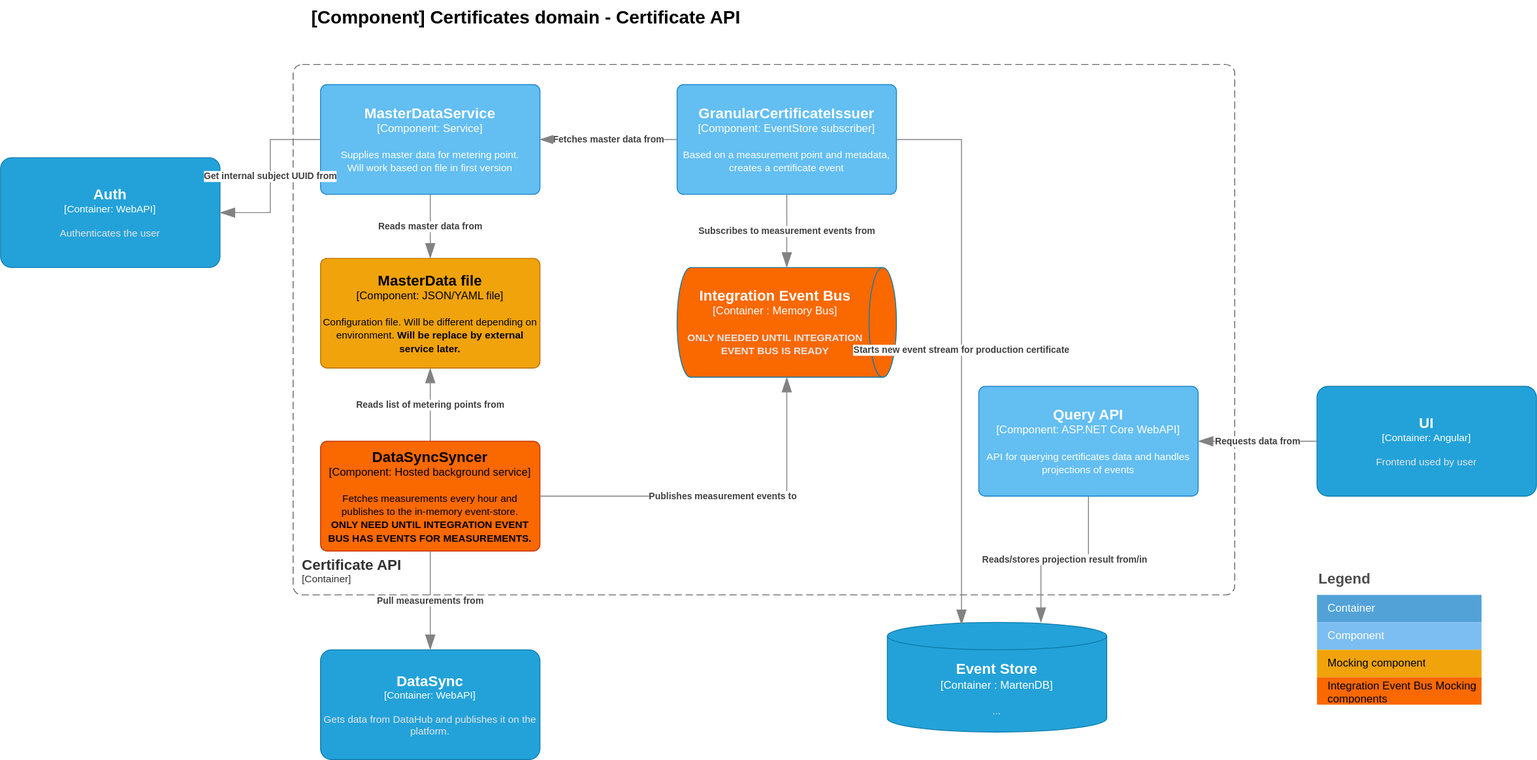
The draw.io diagram doc/architecture/diagrams/certificates.current.component.certificate.api.drawio.svg in Energinet-DataHub/energy-origin, before a commit. Source tidied: cells renumbered, new cells last; positions are measured from the earlier drawing's top-left corner, leaving out a move shared by most shapes.
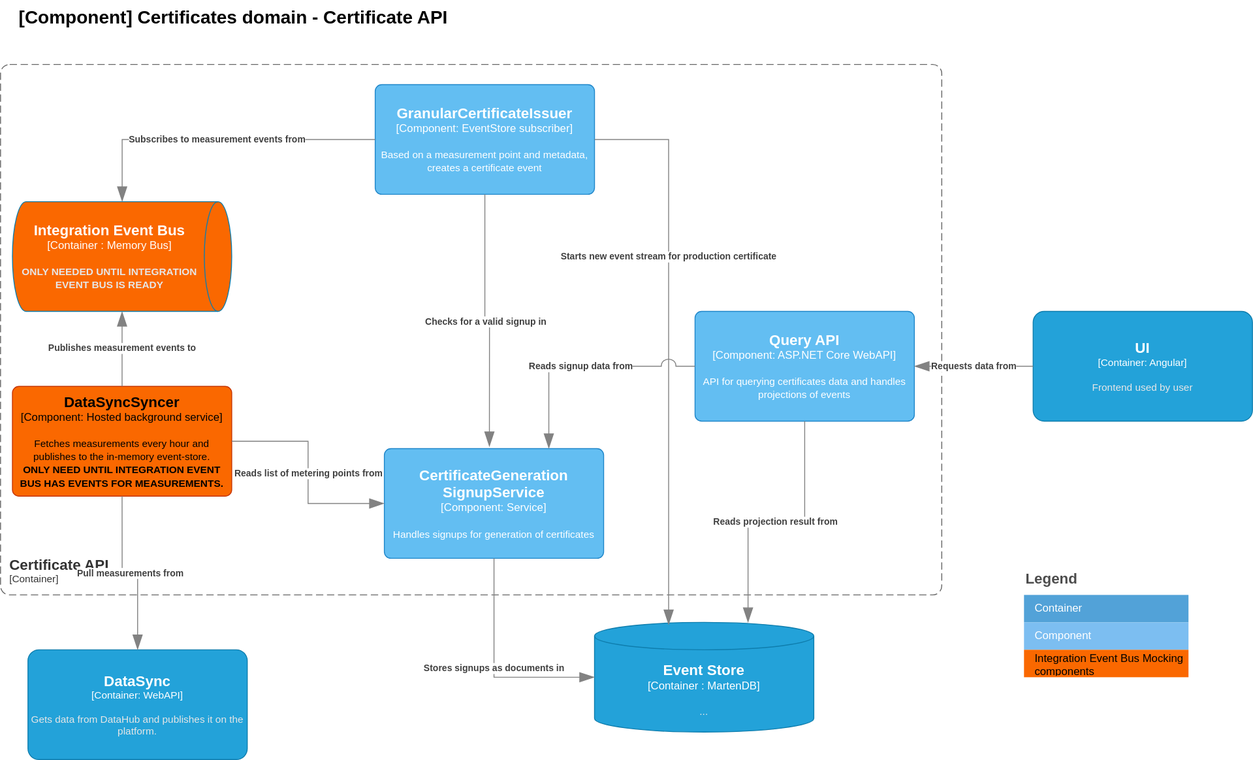
Later version of the same file.

The edit, as a diff of the source:
```diff
@@ -9,12 +9,12 @@
     </object>
     <object id="3" label="&lt;font style=&quot;font-size: 16px&quot;&gt;&lt;b&gt;%c4Name%&lt;/b&gt;&lt;/font&gt;&lt;div&gt;[%c4Type%: %c4Technology%]&lt;/div&gt;&lt;br&gt;&lt;div&gt;&lt;font style=&quot;font-size: 11px&quot;&gt;%c4Description%&lt;/font&gt;&lt;/div&gt;" c4Description="Fetches measurements every hour and publishes to the in-memory event-store.&#10;&lt;b&gt;ONLY NEED UNTIL INTEGRATION EVENT BUS HAS EVENTS FOR MEASUREMENTS.&lt;/b&gt;" c4Name="DataSyncSyncer" c4Technology="Hosted background service" c4Type="Component" placeholders="1">
       <mxCell style="rounded=1;whiteSpace=wrap;html=1;labelBackgroundColor=none;fillColor=#fa6800;align=center;arcSize=6;strokeColor=#C73500;points=[[0.25,0,0],[0.5,0,0],[0.75,0,0],[1,0.25,0],[1,0.5,0],[1,0.75,0],[0.75,1,0],[0.5,1,0],[0.25,1,0],[0,0.75,0],[0,0.5,0],[0,0.25,0]];fontColor=#000000;" parent="1" vertex="1">
-        <mxGeometry x="350" y="482" width="240" height="120" as="geometry" />
+        <mxGeometry x="333" y="422" width="240" height="120" as="geometry" />
       </mxCell>
     </object>
     <object id="4" label="&lt;font style=&quot;font-size: 16px&quot;&gt;&lt;b&gt;%c4Name%&lt;/b&gt;&lt;/font&gt;&lt;div&gt;[%c4Type%: %c4Technology%]&lt;/div&gt;&lt;br&gt;&lt;div&gt;&lt;font style=&quot;font-size: 11px&quot;&gt;%c4Description%&lt;/font&gt;&lt;/div&gt;" c4Description="Based on a measurement point and metadata, creates a certificate event" c4Name="GranularCertificateIssuer" c4Technology="EventStore subscriber" c4Type="Component" placeholders="1">
       <mxCell style="rounded=1;whiteSpace=wrap;html=1;labelBackgroundColor=none;fillColor=#63BEF2;fontColor=#ffffff;align=center;arcSize=6;strokeColor=#2086C9;points=[[0.25,0,0],[0.5,0,0],[0.75,0,0],[1,0.25,0],[1,0.5,0],[1,0.75,0],[0.75,1,0],[0.5,1,0],[0.25,1,0],[0,0.75,0],[0,0.5,0],[0,0.25,0]];" parent="1" vertex="1">
-        <mxGeometry x="740" y="92" width="240" height="120" as="geometry" />
+        <mxGeometry x="730" y="92" width="240" height="120" as="geometry" />
       </mxCell>
     </object>
     <object id="5" label="&lt;font style=&quot;font-size: 16px&quot;&gt;&lt;b&gt;%c4Type%&lt;/font&gt;&lt;div&gt;[%c4Container%:&amp;nbsp;%c4Technology%]&lt;/div&gt;&lt;br&gt;&lt;div&gt;&lt;font style=&quot;font-size: 11px&quot;&gt;&lt;font color=&quot;#E6E6E6&quot;&gt;%c4Description%&lt;/font&gt;&lt;/div&gt;" c4Container="Container " c4Description="..." c4Technology="MartenDB" c4Type="Event Store" placeholders="1">
@@ -22,47 +22,33 @@
         <mxGeometry x="970" y="680" width="240" height="120" as="geometry" />
       </mxCell>
     </object>
-    <mxCell id="6" style="edgeStyle=none;html=1;" parent="1" edge="1" source="7">
-      <mxGeometry relative="1" as="geometry">
-        <mxPoint x="350" y="152" as="targetPoint" />
-      </mxGeometry>
-    </mxCell>
-    <object id="7" label="&lt;font style=&quot;font-size: 16px&quot;&gt;&lt;b&gt;%c4Name%&lt;/b&gt;&lt;/font&gt;&lt;div&gt;[%c4Type%: %c4Technology%]&lt;/div&gt;&lt;br&gt;&lt;div&gt;&lt;font style=&quot;font-size: 11px&quot;&gt;%c4Description%&lt;/font&gt;&lt;/div&gt;" c4Description="Supplies master data for metering point.&#10;Will work based on file in first version" c4Name="MasterDataService" c4Technology="Service" c4Type="Component" placeholders="1">
+    <object id="7" label="&lt;font style=&quot;font-size: 16px&quot;&gt;&lt;b&gt;%c4Name%&lt;/b&gt;&lt;/font&gt;&lt;div&gt;[%c4Type%: %c4Technology%]&lt;/div&gt;&lt;br&gt;&lt;div&gt;&lt;font style=&quot;font-size: 11px&quot;&gt;%c4Description%&lt;/font&gt;&lt;/div&gt;" c4Description="Handles signups for generation of certificates" c4Name="CertificateGeneration&#10;SignupService" c4Technology="Service" c4Type="Component" placeholders="1">
       <mxCell style="rounded=1;whiteSpace=wrap;html=1;labelBackgroundColor=none;fillColor=#63BEF2;align=center;arcSize=6;strokeColor=#2086C9;points=[[0.25,0,0],[0.5,0,0],[0.75,0,0],[1,0.25,0],[1,0.5,0],[1,0.75,0],[0.75,1,0],[0.5,1,0],[0.25,1,0],[0,0.75,0],[0,0.5,0],[0,0.25,0]];fontColor=#ffffff;" parent="1" vertex="1">
-        <mxGeometry x="350" y="92" width="240" height="120" as="geometry" />
+        <mxGeometry x="740" y="490" width="240" height="120" as="geometry" />
       </mxCell>
     </object>
-    <object id="8" label="&lt;font style=&quot;font-size: 16px&quot;&gt;&lt;b&gt;%c4Name%&lt;/b&gt;&lt;/font&gt;&lt;div&gt;[%c4Type%: %c4Technology%]&lt;/div&gt;&lt;br&gt;&lt;div&gt;&lt;font style=&quot;font-size: 11px&quot;&gt;%c4Description%&lt;/font&gt;&lt;/div&gt;" c4Description="Configuration file. Will be different depending on environment. &lt;b&gt;Will be replace by external service later.&lt;/b&gt;" c4Name="MasterData file" c4Technology="JSON/YAML file" c4Type="Component" placeholders="1">
-      <mxCell style="rounded=1;whiteSpace=wrap;html=1;labelBackgroundColor=none;fillColor=#f0a30a;align=center;arcSize=6;strokeColor=#BD7000;points=[[0.25,0,0],[0.5,0,0],[0.75,0,0],[1,0.25,0],[1,0.5,0],[1,0.75,0],[0.75,1,0],[0.5,1,0],[0.25,1,0],[0,0.75,0],[0,0.5,0],[0,0.25,0]];fontColor=#000000;" parent="1" vertex="1">
-        <mxGeometry x="350" y="282" width="240" height="120" as="geometry" />
-      </mxCell>
-    </object>
     <object id="9" label="&lt;div style=&quot;text-align: left&quot;&gt;&lt;div style=&quot;text-align: center&quot;&gt;&lt;b&gt;%c4Description%&lt;/b&gt;&lt;/div&gt;" c4Description="Reads list of metering points from" c4Type="Relationship" placeholders="1">
-      <mxCell style="endArrow=blockThin;html=1;fontSize=10;fontColor=#404040;strokeWidth=1;endFill=1;strokeColor=#828282;elbow=vertical;endSize=14;startSize=14;jumpStyle=arc;jumpSize=16;rounded=0;edgeStyle=orthogonalEdgeStyle;exitX=0.5;exitY=0;exitDx=0;exitDy=0;exitPerimeter=0;entryX=0.5;entryY=1;entryDx=0;entryDy=0;entryPerimeter=0;" parent="1" edge="1" source="3" target="8">
+      <mxCell style="endArrow=blockThin;html=1;fontSize=10;fontColor=#404040;strokeWidth=1;endFill=1;strokeColor=#828282;elbow=vertical;endSize=14;startSize=14;jumpStyle=arc;jumpSize=16;rounded=0;edgeStyle=orthogonalEdgeStyle;exitX=1;exitY=0.5;exitDx=0;exitDy=0;exitPerimeter=0;entryX=0;entryY=0.5;entryDx=0;entryDy=0;entryPerimeter=0;" parent="1" edge="1" source="3" target="7">
         <mxGeometry relative="1" as="geometry" />
       </mxCell>
     </object>
-    <object id="10" label="&lt;div style=&quot;text-align: left&quot;&gt;&lt;div style=&quot;text-align: center&quot;&gt;&lt;b&gt;%c4Description%&lt;/b&gt;&lt;/div&gt;" c4Description="Reads master data from" c4Type="Relationship" placeholders="1">
-      <mxCell style="endArrow=blockThin;html=1;fontSize=10;fontColor=#404040;strokeWidth=1;endFill=1;strokeColor=#828282;elbow=vertical;endSize=14;startSize=14;jumpStyle=arc;jumpSize=16;rounded=0;edgeStyle=orthogonalEdgeStyle;exitX=0.5;exitY=1;exitDx=0;exitDy=0;exitPerimeter=0;entryX=0.5;entryY=0;entryDx=0;entryDy=0;entryPerimeter=0;" parent="1" edge="1" source="7" target="8">
-        <mxGeometry relative="1" as="geometry" />
-      </mxCell>
-    </object>
     <object id="11" label="&lt;div style=&quot;text-align: left&quot;&gt;&lt;div style=&quot;text-align: center&quot;&gt;&lt;b&gt;%c4Description%&lt;/b&gt;&lt;/div&gt;" c4Description="Publishes measurement events to" c4Type="Relationship" placeholders="1">
-      <mxCell style="endArrow=blockThin;html=1;fontSize=10;fontColor=#404040;strokeWidth=1;endFill=1;strokeColor=#828282;elbow=vertical;endSize=14;startSize=14;jumpStyle=arc;jumpSize=16;rounded=0;edgeStyle=orthogonalEdgeStyle;exitX=1;exitY=0.5;exitDx=0;exitDy=0;exitPerimeter=0;entryX=1;entryY=0.5;entryDx=0;entryDy=0;entryPerimeter=0;" parent="1" edge="1" source="3" target="27">
+      <mxCell style="endArrow=blockThin;html=1;fontSize=10;fontColor=#404040;strokeWidth=1;endFill=1;strokeColor=#828282;elbow=vertical;endSize=14;startSize=14;jumpStyle=arc;jumpSize=16;rounded=0;edgeStyle=orthogonalEdgeStyle;exitX=0.5;exitY=0;exitDx=0;exitDy=0;exitPerimeter=0;" parent="1" edge="1" source="3" target="27">
         <mxGeometry relative="1" as="geometry">
           <Array as="points">
-            <mxPoint x="860" y="542" />
+            <mxPoint x="470" y="260" />
+            <mxPoint x="481" y="260" />
           </Array>
         </mxGeometry>
       </mxCell>
     </object>
-    <object id="12" label="&lt;div style=&quot;text-align: left&quot;&gt;&lt;div style=&quot;text-align: center&quot;&gt;&lt;b&gt;%c4Description%&lt;/b&gt;&lt;/div&gt;" c4Description="Fetches master data from" c4Type="Relationship" placeholders="1">
-      <mxCell style="endArrow=blockThin;html=1;fontSize=10;fontColor=#404040;strokeWidth=1;endFill=1;strokeColor=#828282;elbow=vertical;endSize=14;startSize=14;jumpStyle=arc;jumpSize=16;rounded=0;edgeStyle=orthogonalEdgeStyle;exitX=0;exitY=0.5;exitDx=0;exitDy=0;exitPerimeter=0;entryX=1;entryY=0.5;entryDx=0;entryDy=0;entryPerimeter=0;" parent="1" edge="1" source="4" target="7">
+    <object id="12" label="&lt;div style=&quot;text-align: left&quot;&gt;&lt;div style=&quot;text-align: center&quot;&gt;&lt;b&gt;%c4Description%&lt;/b&gt;&lt;/div&gt;" c4Description="Checks for a valid signup in" c4Type="Relationship" placeholders="1">
+      <mxCell style="endArrow=blockThin;html=1;fontSize=10;fontColor=#404040;strokeWidth=1;endFill=1;strokeColor=#828282;elbow=vertical;endSize=14;startSize=14;jumpStyle=arc;jumpSize=16;rounded=0;edgeStyle=orthogonalEdgeStyle;exitX=0.5;exitY=1;exitDx=0;exitDy=0;exitPerimeter=0;entryX=0.479;entryY=-0.017;entryDx=0;entryDy=0;entryPerimeter=0;" parent="1" edge="1" source="4" target="7">
         <mxGeometry relative="1" as="geometry" />
       </mxCell>
     </object>
     <object id="13" label="&lt;div style=&quot;text-align: left&quot;&gt;&lt;div style=&quot;text-align: center&quot;&gt;&lt;b&gt;%c4Description%&lt;/b&gt;&lt;/div&gt;" c4Description="Subscribes to measurement events from" c4Type="Relationship" placeholders="1">
-      <mxCell style="endArrow=blockThin;html=1;fontSize=10;fontColor=#404040;strokeWidth=1;endFill=1;strokeColor=#828282;elbow=vertical;endSize=14;startSize=14;jumpStyle=arc;jumpSize=16;rounded=0;edgeStyle=orthogonalEdgeStyle;exitX=0.5;exitY=1;exitDx=0;exitDy=0;exitPerimeter=0;entryX=0;entryY=0.5;entryDx=0;entryDy=0;entryPerimeter=0;" parent="1" edge="1" source="4" target="27">
+      <mxCell style="endArrow=blockThin;html=1;fontSize=10;fontColor=#404040;strokeWidth=1;endFill=1;strokeColor=#828282;elbow=vertical;endSize=14;startSize=14;jumpStyle=arc;jumpSize=16;rounded=0;edgeStyle=orthogonalEdgeStyle;exitX=0;exitY=0.5;exitDx=0;exitDy=0;exitPerimeter=0;" parent="1" edge="1" source="4" target="27">
         <mxGeometry relative="1" as="geometry" />
       </mxCell>
     </object>
@@ -85,7 +71,7 @@
       <mxGeometry x="1440" y="620" width="180" height="30" as="geometry" />
     </mxCell>
     <mxCell id="18" style="shape=table;html=1;whiteSpace=wrap;startSize=0;fillColor=none;align=left;spacingLeft=10;strokeColor=none;rounded=1;arcSize=11;fontColor=#FFFFFF;" parent="1" vertex="1">
-      <mxGeometry x="1440" y="650" width="180" height="120" as="geometry" />
+      <mxGeometry x="1440" y="650" width="180" height="90" as="geometry" />
     </mxCell>
     <mxCell id="19" value="Container" style="shape=partialRectangle;html=1;whiteSpace=wrap;fillColor=#52A2D8;top=0;left=0;bottom=0;right=0;overflow=hidden;align=left;spacingLeft=10;fontColor=#FFFFFF;strokeColor=#2086C9;" parent="18" vertex="1">
       <mxGeometry width="180" height="30" as="geometry" />
@@ -93,25 +79,22 @@
     <mxCell id="20" value="Component" style="shape=partialRectangle;html=1;whiteSpace=wrap;fillColor=#7CBEF1;top=0;left=0;bottom=0;right=0;overflow=hidden;align=left;spacingLeft=10;fontColor=#FFFFFF;strokeColor=#2086C9;" parent="18" vertex="1">
       <mxGeometry y="30" width="180" height="30" as="geometry" />
     </mxCell>
-    <mxCell id="21" value="&lt;span style=&quot;color: rgb(0 , 0 , 0)&quot;&gt;Mocking component&amp;nbsp;&lt;/span&gt;" style="shape=partialRectangle;html=1;whiteSpace=wrap;fillColor=#f0a30a;top=0;left=0;bottom=0;right=0;overflow=hidden;align=left;spacingLeft=10;fontColor=#000000;strokeColor=#BD7000;" parent="18" vertex="1">
-      <mxGeometry y="60" width="180" height="30" as="geometry" />
-    </mxCell>
     <mxCell id="22" value="&lt;span style=&quot;color: rgb(0 , 0 , 0)&quot;&gt;Integration Event Bus Mocking components&lt;/span&gt;" style="shape=partialRectangle;html=1;whiteSpace=wrap;fillColor=#fa6800;top=0;left=0;bottom=0;right=0;overflow=hidden;align=left;spacingLeft=10;fontColor=#000000;strokeColor=#C73500;" parent="18" vertex="1">
-      <mxGeometry y="90" width="180" height="30" as="geometry" />
+      <mxGeometry y="60" width="180" height="30" as="geometry" />
     </mxCell>
     <object id="23" label="&lt;font style=&quot;font-size: 16px&quot;&gt;&lt;b&gt;%c4Name%&lt;/b&gt;&lt;/font&gt;&lt;div&gt;[%c4Type%: %c4Technology%]&lt;/div&gt;&lt;br&gt;&lt;div&gt;&lt;font style=&quot;font-size: 11px&quot;&gt;%c4Description%&lt;/font&gt;&lt;/div&gt;" c4Description="API for querying certificates data and handles projections of events" c4Name="Query API" c4Technology="ASP.NET Core WebAPI" c4Type="Component" placeholders="1">
       <mxCell style="rounded=1;whiteSpace=wrap;html=1;labelBackgroundColor=none;fillColor=#63BEF2;fontColor=#ffffff;align=center;arcSize=6;strokeColor=#2086C9;points=[[0.25,0,0],[0.5,0,0],[0.75,0,0],[1,0.25,0],[1,0.5,0],[1,0.75,0],[0.75,1,0],[0.5,1,0],[0.25,1,0],[0,0.75,0],[0,0.5,0],[0,0.25,0]];" parent="1" vertex="1">
-        <mxGeometry x="1070" y="422" width="240" height="120" as="geometry" />
+        <mxGeometry x="1080" y="340" width="240" height="120" as="geometry" />
       </mxCell>
     </object>
-    <object id="24" label="&lt;div style=&quot;text-align: left&quot;&gt;&lt;div style=&quot;text-align: center&quot;&gt;&lt;b&gt;%c4Description%&lt;/b&gt;&lt;/div&gt;" c4Description="Reads/stores projection result from/in" c4Type="Relationship" placeholders="1">
+    <object id="24" label="&lt;div style=&quot;text-align: left&quot;&gt;&lt;div style=&quot;text-align: center&quot;&gt;&lt;b&gt;%c4Description%&lt;/b&gt;&lt;/div&gt;" c4Description="Reads projection result from" c4Type="Relationship" placeholders="1">
       <mxCell style="endArrow=blockThin;html=1;fontSize=10;fontColor=#404040;strokeWidth=1;endFill=1;strokeColor=#828282;elbow=vertical;endSize=14;startSize=14;jumpStyle=arc;jumpSize=16;rounded=0;edgeStyle=orthogonalEdgeStyle;exitX=0.5;exitY=1;exitDx=0;exitDy=0;exitPerimeter=0;entryX=0.7;entryY=0.002;entryDx=0;entryDy=0;entryPerimeter=0;" parent="1" edge="1" source="23" target="5">
         <mxGeometry relative="1" as="geometry" />
       </mxCell>
     </object>
     <object id="25" label="&lt;font style=&quot;font-size: 16px&quot;&gt;&lt;b&gt;%c4Name%&lt;/b&gt;&lt;/font&gt;&lt;div&gt;[%c4Type%: %c4Technology%]&lt;/div&gt;&lt;br&gt;&lt;div&gt;&lt;font style=&quot;font-size: 11px&quot;&gt;&lt;font color=&quot;#E6E6E6&quot;&gt;%c4Description%&lt;/font&gt;&lt;/div&gt;" c4Description="Frontend used by user" c4Name="UI" c4Technology="Angular" c4Type="Container" placeholders="1">
       <mxCell style="rounded=1;whiteSpace=wrap;html=1;fontSize=11;labelBackgroundColor=none;fillColor=#23A2D9;fontColor=#ffffff;align=center;arcSize=10;strokeColor=#0E7DAD;points=[[0.25,0,0],[0.5,0,0],[0.75,0,0],[1,0.25,0],[1,0.5,0],[1,0.75,0],[0.75,1,0],[0.5,1,0],[0.25,1,0],[0,0.75,0],[0,0.5,0],[0,0.25,0]];" parent="1" vertex="1">
-        <mxGeometry x="1440" y="422" width="240" height="120" as="geometry" />
+        <mxGeometry x="1450" y="340" width="240" height="120" as="geometry" />
       </mxCell>
     </object>
     <object id="26" label="&lt;div style=&quot;text-align: left&quot;&gt;&lt;div style=&quot;text-align: center&quot;&gt;&lt;b&gt;%c4Description%&lt;/b&gt;&lt;/div&gt;" c4Description="Requests data from" c4Type="Relationship" placeholders="1">
@@ -121,23 +104,23 @@
     </object>
     <object id="27" label="&lt;font style=&quot;font-size: 16px&quot;&gt;&lt;b&gt;%c4Type%&lt;/font&gt;&lt;div&gt;[%c4Container%:&amp;nbsp;%c4Technology%]&lt;/div&gt;&lt;br&gt;&lt;div&gt;&lt;font style=&quot;font-size: 11px&quot;&gt;&lt;font color=&quot;#E6E6E6&quot;&gt;%c4Description%&lt;/font&gt;&lt;/div&gt;" c4Container="Container " c4Description="&lt;b&gt;ONLY NEEDED UNTIL INTEGRATION EVENT BUS IS READY&lt;/b&gt;" c4Technology="Memory Bus" c4Type="Integration Event Bus" placeholders="1">
       <mxCell style="shape=cylinder3;size=15;direction=south;whiteSpace=wrap;html=1;boundedLbl=1;rounded=0;labelBackgroundColor=none;fillColor=#FA6800;fontSize=12;fontColor=#ffffff;align=center;strokeColor=#0E7DAD;points=[[0.5,0,0],[1,0.25,0],[1,0.5,0],[1,0.75,0],[0.5,1,0],[0,0.75,0],[0,0.5,0],[0,0.25,0]];" parent="1" vertex="1">
-        <mxGeometry x="740" y="292" width="240" height="120" as="geometry" />
+        <mxGeometry x="333" y="220" width="240" height="120" as="geometry" />
       </mxCell>
     </object>
     <object id="28" label="&lt;div style=&quot;text-align: left&quot;&gt;&lt;div style=&quot;text-align: center&quot;&gt;&lt;b&gt;%c4Description%&lt;/b&gt;&lt;/div&gt;" c4Description="Starts new event stream for production certificate" c4Type="Relationship" placeholders="1">
       <mxCell style="endArrow=blockThin;html=1;fontSize=10;fontColor=#404040;strokeWidth=1;endFill=1;strokeColor=#828282;elbow=vertical;endSize=14;startSize=14;jumpStyle=arc;jumpSize=16;rounded=0;edgeStyle=orthogonalEdgeStyle;exitX=1;exitY=0.5;exitDx=0;exitDy=0;exitPerimeter=0;entryX=0.338;entryY=0.022;entryDx=0;entryDy=0;entryPerimeter=0;" parent="1" edge="1" source="4" target="5">
-        <mxGeometry relative="1" as="geometry" />
+        <mxGeometry x="-0.32" relative="1" as="geometry" />
       </mxCell>
     </object>
-    <object id="29" label="&lt;font style=&quot;font-size: 16px&quot;&gt;&lt;b&gt;%c4Name%&lt;/b&gt;&lt;/font&gt;&lt;div&gt;[%c4Type%: %c4Technology%]&lt;/div&gt;&lt;br&gt;&lt;div&gt;&lt;font style=&quot;font-size: 11px&quot;&gt;&lt;font color=&quot;#E6E6E6&quot;&gt;%c4Description%&lt;/font&gt;&lt;/div&gt;" c4Description="Authenticates the user" c4Name="Auth" c4Technology="WebAPI" c4Type="Container" placeholders="1">
-      <mxCell style="rounded=1;whiteSpace=wrap;html=1;fontSize=11;labelBackgroundColor=none;fillColor=#23A2D9;fontColor=#ffffff;align=center;arcSize=10;strokeColor=#0E7DAD;points=[[0.25,0,0],[0.5,0,0],[0.75,0,0],[1,0.25,0],[1,0.5,0],[1,0.75,0],[0.75,1,0],[0.5,1,0],[0.25,1,0],[0,0.75,0],[0,0.5,0],[0,0.25,0]];" parent="1" vertex="1">
-        <mxGeometry y="172" width="240" height="120" as="geometry" />
-      </mxCell>
-    </object>
-    <object id="30" label="&lt;div style=&quot;text-align: left&quot;&gt;&lt;div style=&quot;text-align: center&quot;&gt;&lt;b&gt;%c4Description%&lt;/b&gt;&lt;/div&gt;" c4Description="Get internal subject UUID from" c4Type="Relationship" placeholders="1">
-      <mxCell style="endArrow=blockThin;html=1;fontSize=10;fontColor=#404040;strokeWidth=1;endFill=1;strokeColor=#828282;elbow=vertical;endSize=14;startSize=14;jumpStyle=arc;jumpSize=16;rounded=0;edgeStyle=orthogonalEdgeStyle;entryX=1;entryY=0.5;entryDx=0;entryDy=0;entryPerimeter=0;exitX=0;exitY=0.5;exitDx=0;exitDy=0;exitPerimeter=0;" parent="1" edge="1" source="7" target="29">
-        <mxGeometry relative="1" as="geometry" />
-      </mxCell>
-    </object>
+    <object id="31" label="&lt;div style=&quot;text-align: left&quot;&gt;&lt;div style=&quot;text-align: center&quot;&gt;&lt;b&gt;%c4Description%&lt;/b&gt;&lt;/div&gt;" c4Description="Stores signups as documents in" c4Type="Relationship" placeholders="1">
+      <mxCell style="endArrow=blockThin;html=1;fontSize=10;fontColor=#404040;strokeWidth=1;endFill=1;strokeColor=#828282;elbow=vertical;endSize=14;startSize=14;jumpStyle=arc;jumpSize=16;rounded=0;edgeStyle=orthogonalEdgeStyle;exitX=0.5;exitY=1;exitDx=0;exitDy=0;exitPerimeter=0;entryX=0;entryY=0.5;entryDx=0;entryDy=0;entryPerimeter=0;" parent="1" edge="1" source="7" target="5">
+        <mxGeometry relative="1" as="geometry" />
+      </mxCell>
+    </object>
+    <object id="32" label="&lt;div style=&quot;text-align: left&quot;&gt;&lt;div style=&quot;text-align: center&quot;&gt;&lt;b&gt;%c4Description%&lt;/b&gt;&lt;/div&gt;" c4Description="Reads signup data from" c4Type="Relationship" placeholders="1">
+      <mxCell style="endArrow=blockThin;html=1;fontSize=10;fontColor=#404040;strokeWidth=1;endFill=1;strokeColor=#828282;elbow=vertical;endSize=14;startSize=14;jumpStyle=arc;jumpSize=16;rounded=0;edgeStyle=orthogonalEdgeStyle;exitX=0;exitY=0.5;exitDx=0;exitDy=0;exitPerimeter=0;entryX=0.75;entryY=0;entryDx=0;entryDy=0;entryPerimeter=0;" parent="1" edge="1" source="23" target="7">
+        <mxGeometry relative="1" as="geometry" />
+      </mxCell>
+    </object>
   </root>
 </mxGraphModel>
```
